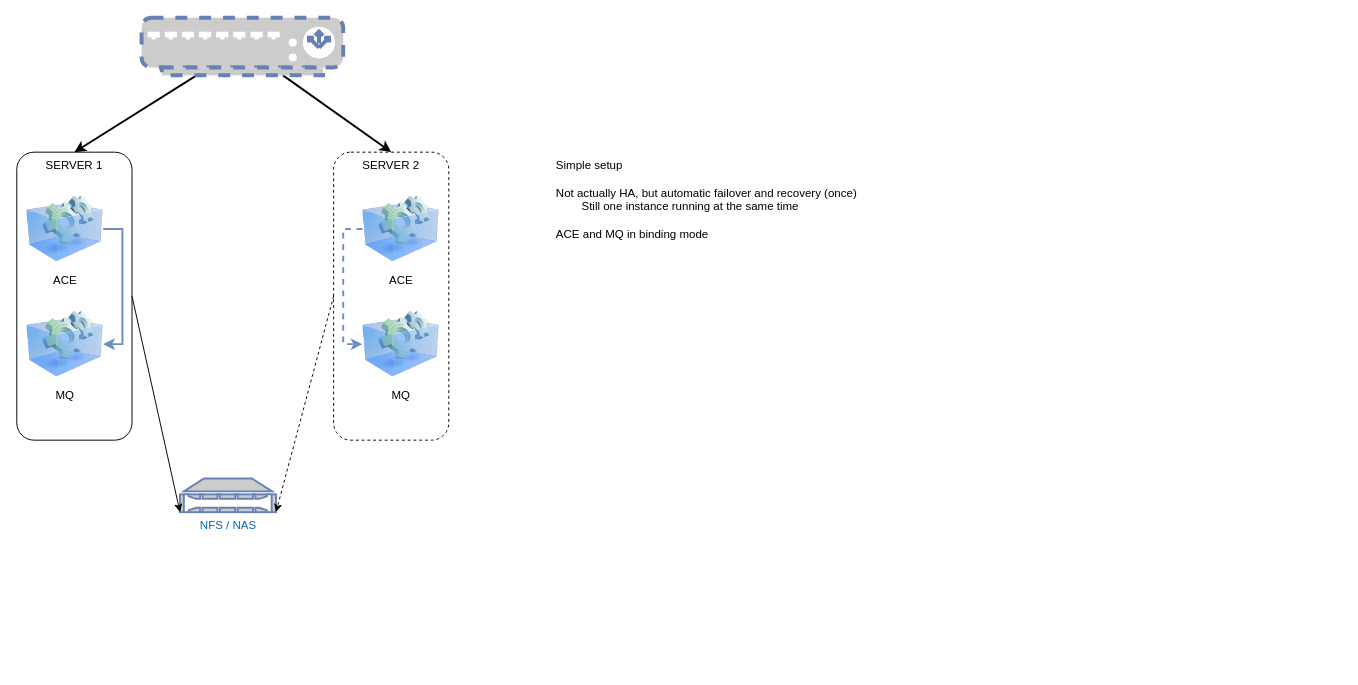
matthiasblomme/MixedTools keeps this draw.io diagram as page "Multi-instance" (1 of 9) of Designs/ACE/HighAvailabilityScenarios.drawio. Above is the earlier version. Source tidied: cells renumbered, new cells numbered last; positions are measured from the earlier drawing's top-left corner, leaving out a move shared by most shapes. Both pictures are drawn from the tidied source at 96%, with x=0, y=0 at pixel (16, 17).
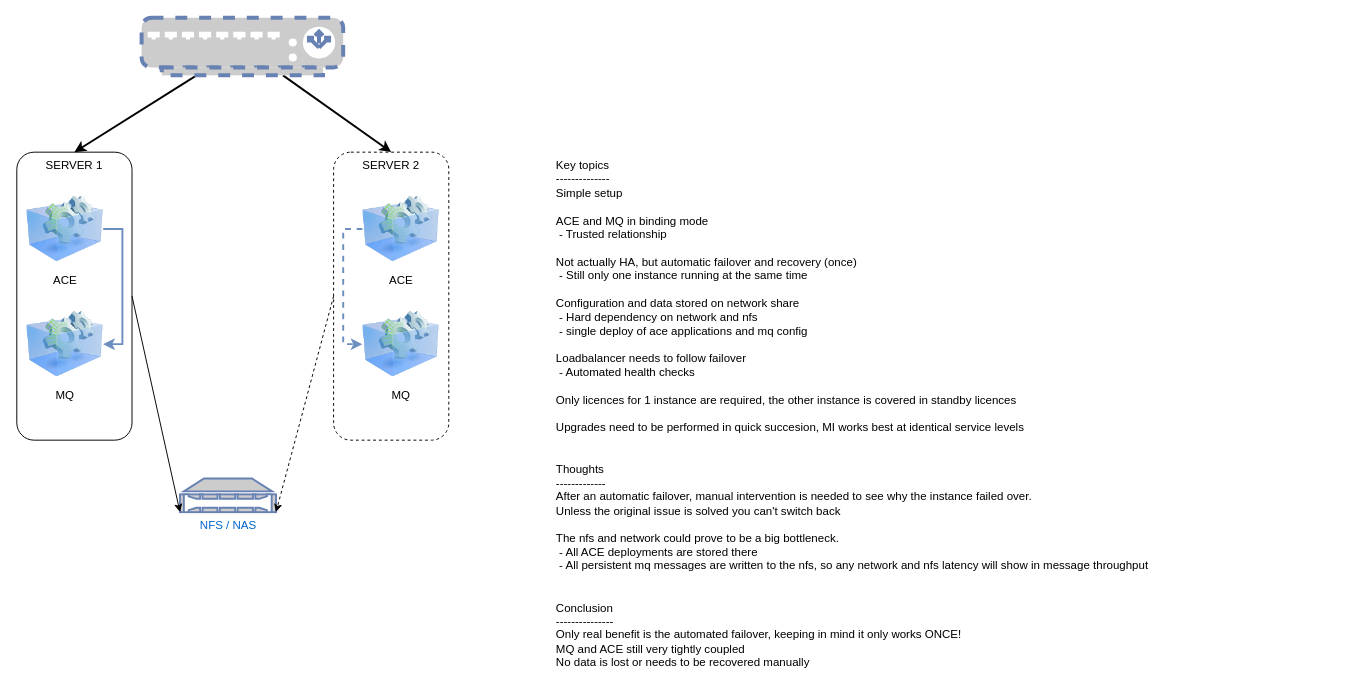
Above is the later version.

What changed in the source:
```diff
@@
-    <mxCell id="13" value="Simple setup&lt;br&gt;&lt;br&gt;Not actually HA, but automatic failover and recovery (once)&lt;br&gt;&lt;span style=&quot;white-space: pre;&quot;&gt;&#9;&lt;/span&gt;Still one instance running at the same time&lt;br&gt;&lt;br&gt;ACE and MQ in binding mode&lt;br&gt;&lt;br&gt;" style="text;html=1;strokeColor=none;fillColor=none;align=left;verticalAlign=top;whiteSpace=wrap;rounded=0;dashed=1;" parent="1" vertex="1">
-      <mxGeometry x="560" y="140" width="640" height="510" as="geometry" />
+    <mxCell id="13" value="Key topics&lt;br&gt;--------------&lt;br&gt;Simple setup&lt;br&gt;&lt;br&gt;ACE and MQ in binding mode&lt;br&gt;&amp;nbsp;- Trusted relationship&lt;br&gt;&lt;br&gt;Not actually HA, but automatic failover and recovery (once)&lt;br&gt;&amp;nbsp;- Still only one instance running at the same time&lt;br&gt;&lt;br&gt;Configuration and data stored on network share&lt;br&gt;&amp;nbsp;- Hard dependency on network and nfs&lt;br&gt;&amp;nbsp;- single deploy of ace applications and mq config&lt;br&gt;&lt;br&gt;Loadbalancer needs to follow failover&lt;br&gt;&amp;nbsp;- Automated health checks&lt;br&gt;&lt;br&gt;Only licences for 1 instance are required, the other instance is covered in standby licences&lt;br&gt;&lt;br&gt;Upgrades need to be performed in quick succesion, MI works best at identical service levels&lt;br&gt;&lt;br&gt;&lt;br&gt;Thoughts&lt;br&gt;-------------&lt;br&gt;After an automatic failover, manual intervention is needed to see why the instance failed over.&lt;br&gt;Unless the original issue is solved you can't switch back&lt;br&gt;&lt;br&gt;The nfs and network could prove to be a big bottleneck. &lt;br&gt;&amp;nbsp;- All ACE deployments are stored there&lt;br&gt;&amp;nbsp;- All persistent mq messages are written to the nfs, so any network and nfs latency will show in message throughput&lt;br&gt;&lt;br&gt;&lt;br&gt;Conclusion&lt;br&gt;---------------&lt;br&gt;Only real benefit is the automated failover, keeping in mind it only works ONCE!&lt;br&gt;MQ and ACE still very tightly coupled&lt;br&gt;No data is lost or needs to be recovered manually" style="text;html=1;strokeColor=none;fillColor=none;align=left;verticalAlign=top;whiteSpace=wrap;rounded=0;dashed=1;" parent="1" vertex="1">
+      <mxGeometry x="560" y="140" width="820" height="510" as="geometry" />
     </mxCell>
```
